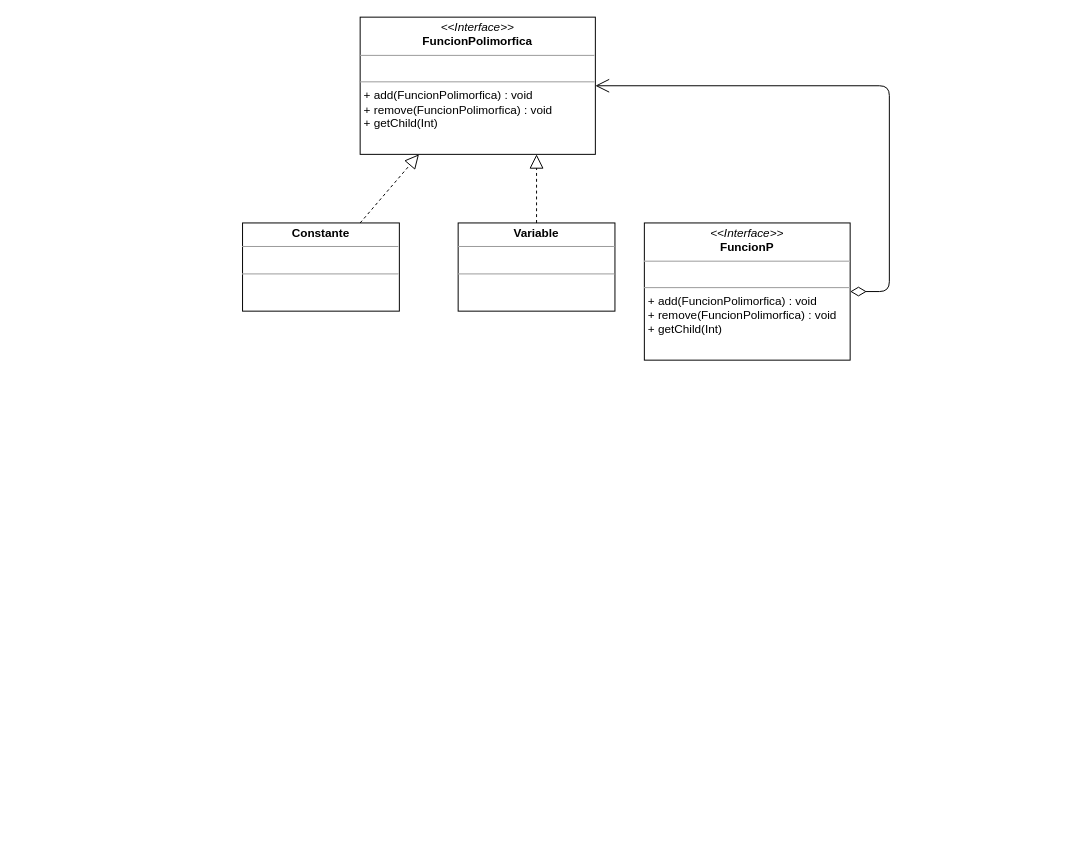
Before: Ej2.drawio in Luchit0-afk/Diagramas, a draw.io diagram. Source tidied: cells renumbered, new cells numbered last; positions are measured from the earlier drawing's top-left corner, leaving out a move shared by most shapes. Both pictures are drawn from the tidied source at 98%, with x=0, y=0 at pixel (242, 17).
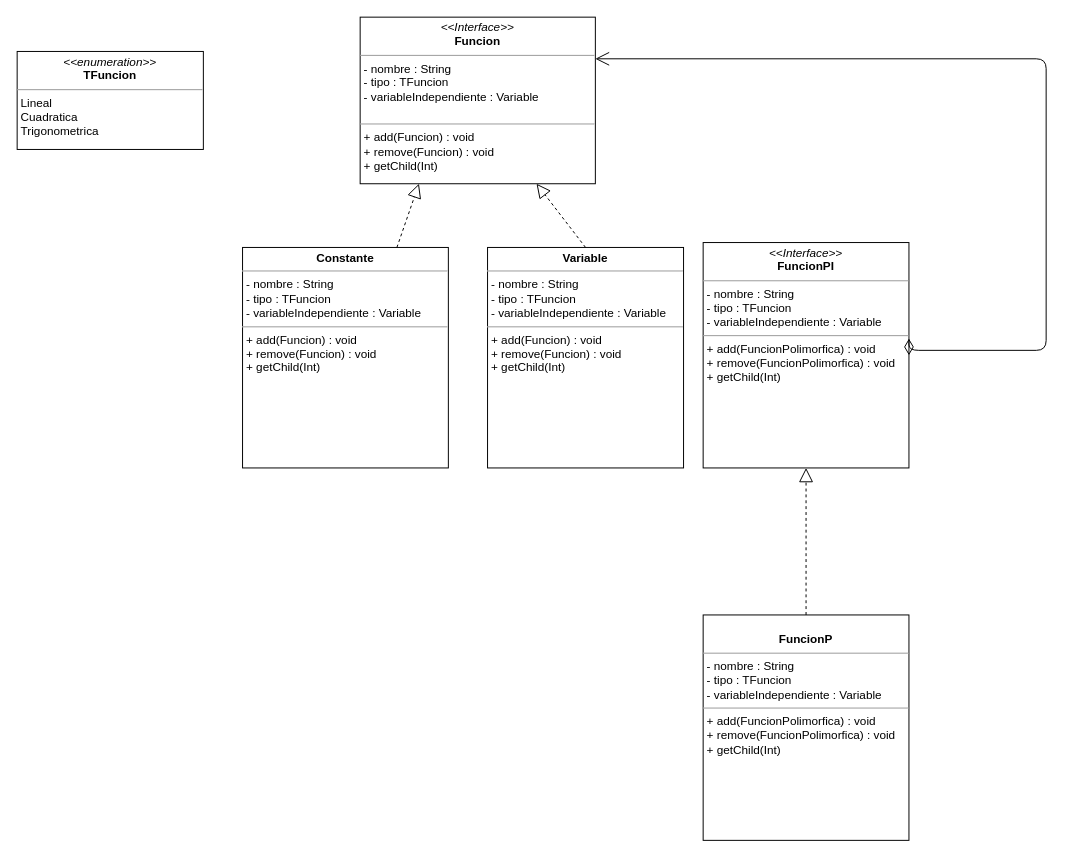
After the change.

Change to the diagram source:
```diff
@@
 <mxGraphModel>
   <root>
     <mxCell id="0" />
     <mxCell id="1" parent="0" />
-    <mxCell id="2" value="&lt;p style=&quot;margin: 0px ; margin-top: 4px ; text-align: center&quot;&gt;&lt;i&gt;&amp;lt;&amp;lt;Interface&amp;gt;&amp;gt;&lt;/i&gt;&lt;br&gt;&lt;b&gt;FuncionPolimorfica&lt;/b&gt;&lt;/p&gt;&lt;hr size=&quot;1&quot;&gt;&lt;p style=&quot;margin: 0px ; margin-left: 4px&quot;&gt;&lt;br&gt;&lt;/p&gt;&lt;hr size=&quot;1&quot;&gt;&lt;p style=&quot;margin: 0px ; margin-left: 4px&quot;&gt;+ add(FuncionPolimorfica) : void&lt;/p&gt;&lt;p style=&quot;margin: 0px ; margin-left: 4px&quot;&gt;+ remove(FuncionPolimorfica) : void&lt;br&gt;&lt;/p&gt;&lt;p style=&quot;margin: 0px ; margin-left: 4px&quot;&gt;+ getChild(Int)&lt;/p&gt;" style="verticalAlign=top;align=left;overflow=fill;fontSize=12;fontFamily=Helvetica;html=1;" parent="1" vertex="1">
-      <mxGeometry x="120" width="240" height="140" as="geometry" />
+    <mxCell id="2" value="&lt;p style=&quot;margin: 0px ; margin-top: 4px ; text-align: center&quot;&gt;&lt;i&gt;&amp;lt;&amp;lt;Interface&amp;gt;&amp;gt;&lt;/i&gt;&lt;br&gt;&lt;b&gt;Funcion&lt;/b&gt;&lt;/p&gt;&lt;hr size=&quot;1&quot;&gt;&lt;p style=&quot;margin: 0px 0px 0px 4px&quot;&gt;- nombre : String&lt;/p&gt;&lt;p style=&quot;margin: 0px 0px 0px 4px&quot;&gt;- tipo : TFuncion&lt;/p&gt;&lt;p style=&quot;margin: 0px 0px 0px 4px&quot;&gt;- variableIndependiente : Variable&lt;/p&gt;&lt;p style=&quot;margin: 0px ; margin-left: 4px&quot;&gt;&lt;br&gt;&lt;/p&gt;&lt;hr size=&quot;1&quot;&gt;&lt;p style=&quot;margin: 0px 0px 0px 4px&quot;&gt;+ add(Funcion&lt;span&gt;) : void&lt;/span&gt;&lt;/p&gt;&lt;p style=&quot;margin: 0px 0px 0px 4px&quot;&gt;+ remove(Funcion) : void&lt;br&gt;&lt;/p&gt;&lt;p style=&quot;margin: 0px 0px 0px 4px&quot;&gt;+ getChild(Int)&lt;/p&gt;" style="verticalAlign=top;align=left;overflow=fill;fontSize=12;fontFamily=Helvetica;html=1;" parent="1" vertex="1">
+      <mxGeometry x="120" width="240" height="170" as="geometry" />
     </mxCell>
-    <mxCell id="3" value="&lt;p style=&quot;margin: 0px ; margin-top: 4px ; text-align: center&quot;&gt;&lt;b&gt;Constante&lt;/b&gt;&lt;/p&gt;&lt;hr size=&quot;1&quot;&gt;&lt;p style=&quot;margin: 0px ; margin-left: 4px&quot;&gt;&lt;br&gt;&lt;/p&gt;&lt;hr size=&quot;1&quot;&gt;&lt;p style=&quot;margin: 0px ; margin-left: 4px&quot;&gt;&lt;br&gt;&lt;/p&gt;" style="verticalAlign=top;align=left;overflow=fill;fontSize=12;fontFamily=Helvetica;html=1;" parent="1" vertex="1">
-      <mxGeometry y="210" width="160" height="90" as="geometry" />
+    <mxCell id="3" value="&lt;p style=&quot;margin: 0px ; margin-top: 4px ; text-align: center&quot;&gt;&lt;b&gt;Constante&lt;/b&gt;&lt;/p&gt;&lt;hr size=&quot;1&quot;&gt;&lt;p style=&quot;margin: 0px 0px 0px 4px&quot;&gt;- nombre : String&lt;/p&gt;&lt;p style=&quot;margin: 0px 0px 0px 4px&quot;&gt;- tipo : TFuncion&lt;/p&gt;&lt;p style=&quot;margin: 0px 0px 0px 4px&quot;&gt;- variableIndependiente : Variable&lt;/p&gt;&lt;hr size=&quot;1&quot;&gt;&lt;p style=&quot;margin: 0px 0px 0px 4px&quot;&gt;+ add(Funcion&lt;span&gt;) : void&lt;/span&gt;&lt;/p&gt;&lt;p style=&quot;margin: 0px 0px 0px 4px&quot;&gt;+ remove(Funcion) : void&lt;br&gt;&lt;/p&gt;&lt;p style=&quot;margin: 0px 0px 0px 4px&quot;&gt;+ getChild(Int)&lt;/p&gt;" style="verticalAlign=top;align=left;overflow=fill;fontSize=12;fontFamily=Helvetica;html=1;" parent="1" vertex="1">
+      <mxGeometry y="235" width="210" height="225" as="geometry" />
     </mxCell>
-    <mxCell id="4" value="&lt;p style=&quot;margin: 0px ; margin-top: 4px ; text-align: center&quot;&gt;&lt;b&gt;Variable&lt;/b&gt;&lt;/p&gt;&lt;hr size=&quot;1&quot;&gt;&lt;p style=&quot;margin: 0px ; margin-left: 4px&quot;&gt;&lt;br&gt;&lt;/p&gt;&lt;hr size=&quot;1&quot;&gt;&lt;p style=&quot;margin: 0px ; margin-left: 4px&quot;&gt;&lt;br&gt;&lt;/p&gt;" style="verticalAlign=top;align=left;overflow=fill;fontSize=12;fontFamily=Helvetica;html=1;" parent="1" vertex="1">
-      <mxGeometry x="220" y="210" width="160" height="90" as="geometry" />
+    <mxCell id="4" value="&lt;p style=&quot;margin: 0px ; margin-top: 4px ; text-align: center&quot;&gt;&lt;b&gt;Variable&lt;/b&gt;&lt;/p&gt;&lt;hr size=&quot;1&quot;&gt;&lt;p style=&quot;margin: 0px 0px 0px 4px&quot;&gt;- nombre : String&lt;/p&gt;&lt;p style=&quot;margin: 0px 0px 0px 4px&quot;&gt;- tipo : TFuncion&lt;/p&gt;&lt;p style=&quot;margin: 0px 0px 0px 4px&quot;&gt;- variableIndependiente : Variable&lt;/p&gt;&lt;hr size=&quot;1&quot;&gt;&lt;p style=&quot;margin: 0px 0px 0px 4px&quot;&gt;+ add(Funcion&lt;span&gt;) : void&lt;/span&gt;&lt;/p&gt;&lt;p style=&quot;margin: 0px 0px 0px 4px&quot;&gt;+ remove(Funcion) : void&lt;br&gt;&lt;/p&gt;&lt;p style=&quot;margin: 0px 0px 0px 4px&quot;&gt;+ getChild(Int)&lt;/p&gt;" style="verticalAlign=top;align=left;overflow=fill;fontSize=12;fontFamily=Helvetica;html=1;" parent="1" vertex="1">
+      <mxGeometry x="250" y="235" width="200" height="225" as="geometry" />
     </mxCell>
-    <mxCell id="5" value="&lt;p style=&quot;margin: 0px ; margin-top: 4px ; text-align: center&quot;&gt;&lt;i&gt;&amp;lt;&amp;lt;Interface&amp;gt;&amp;gt;&lt;/i&gt;&lt;br&gt;&lt;b&gt;FuncionP&lt;/b&gt;&lt;/p&gt;&lt;hr size=&quot;1&quot;&gt;&lt;p style=&quot;margin: 0px ; margin-left: 4px&quot;&gt;&lt;br&gt;&lt;/p&gt;&lt;hr size=&quot;1&quot;&gt;&lt;p style=&quot;margin: 0px 0px 0px 4px&quot;&gt;+ add(FuncionPolimorfica) : void&lt;/p&gt;&lt;p style=&quot;margin: 0px 0px 0px 4px&quot;&gt;+ remove(FuncionPolimorfica) : void&lt;br&gt;&lt;/p&gt;&lt;p style=&quot;margin: 0px 0px 0px 4px&quot;&gt;+ getChild(Int)&lt;/p&gt;" style="verticalAlign=top;align=left;overflow=fill;fontSize=12;fontFamily=Helvetica;html=1;" parent="1" vertex="1">
-      <mxGeometry x="410" y="210" width="210" height="140" as="geometry" />
+    <mxCell id="5" value="&lt;p style=&quot;margin: 0px ; margin-top: 4px ; text-align: center&quot;&gt;&lt;i&gt;&amp;lt;&amp;lt;Interface&amp;gt;&amp;gt;&lt;/i&gt;&lt;br&gt;&lt;b&gt;FuncionPI&lt;/b&gt;&lt;/p&gt;&lt;hr size=&quot;1&quot;&gt;&lt;p style=&quot;margin: 0px 0px 0px 4px&quot;&gt;- nombre : String&lt;/p&gt;&lt;p style=&quot;margin: 0px 0px 0px 4px&quot;&gt;- tipo : TFuncion&lt;/p&gt;&lt;p style=&quot;margin: 0px 0px 0px 4px&quot;&gt;- variableIndependiente : Variable&lt;/p&gt;&lt;hr size=&quot;1&quot;&gt;&lt;p style=&quot;margin: 0px 0px 0px 4px&quot;&gt;+ add(FuncionPolimorfica) : void&lt;/p&gt;&lt;p style=&quot;margin: 0px 0px 0px 4px&quot;&gt;+ remove(FuncionPolimorfica) : void&lt;br&gt;&lt;/p&gt;&lt;p style=&quot;margin: 0px 0px 0px 4px&quot;&gt;+ getChild(Int)&lt;/p&gt;" style="verticalAlign=top;align=left;overflow=fill;fontSize=12;fontFamily=Helvetica;html=1;" parent="1" vertex="1">
+      <mxGeometry x="470" y="230" width="210" height="230" as="geometry" />
     </mxCell>
     <mxCell id="6" style="endArrow=block;dashed=1;endFill=0;endSize=12;html=1;entryX=0.75;entryY=1;entryDx=0;entryDy=0;exitX=0.5;exitY=0;exitDx=0;exitDy=0;" parent="1" edge="1" source="4" target="2">
       <mxGeometry relative="1" as="geometry" />
     </mxCell>
     <mxCell id="7" style="endArrow=block;dashed=1;endFill=0;endSize=12;html=1;entryX=0.25;entryY=1;entryDx=0;entryDy=0;exitX=0.75;exitY=0;exitDx=0;exitDy=0;" parent="1" edge="1" source="3" target="2">
       <mxGeometry relative="1" as="geometry" />
     </mxCell>
-    <mxCell id="8" style="endArrow=open;html=1;endSize=12;startArrow=diamondThin;startSize=14;startFill=0;edgeStyle=orthogonalEdgeStyle;entryX=1;entryY=0.5;entryDx=0;entryDy=0;exitX=1;exitY=0.5;exitDx=0;exitDy=0;" parent="1" edge="1" source="5" target="2">
+    <mxCell id="8" style="endArrow=open;html=1;endSize=12;startArrow=diamondThin;startSize=14;startFill=0;edgeStyle=orthogonalEdgeStyle;exitX=1;exitY=0.5;exitDx=0;exitDy=0;entryX=1;entryY=0.25;entryDx=0;entryDy=0;" parent="1" edge="1" source="5" target="2">
       <mxGeometry relative="1" as="geometry">
         <Array as="points">
-          <mxPoint x="660" y="280" />
-          <mxPoint x="660" y="70" />
+          <mxPoint x="680" y="340" />
+          <mxPoint x="820" y="340" />
+          <mxPoint x="820" y="43" />
         </Array>
       </mxGeometry>
     </mxCell>
+    <mxCell id="9" value="&lt;p style=&quot;margin: 0px ; margin-top: 4px ; text-align: center&quot;&gt;&lt;i&gt;&amp;lt;&amp;lt;enumeration&amp;gt;&amp;gt;&lt;/i&gt;&lt;br&gt;&lt;b&gt;TFuncion&lt;/b&gt;&lt;/p&gt;&lt;hr size=&quot;1&quot;&gt;&lt;p style=&quot;margin: 0px ; margin-left: 4px&quot;&gt;Lineal&lt;/p&gt;&lt;p style=&quot;margin: 0px ; margin-left: 4px&quot;&gt;Cuadratica&lt;/p&gt;&lt;p style=&quot;margin: 0px ; margin-left: 4px&quot;&gt;Trigonometrica&lt;/p&gt;" style="verticalAlign=top;align=left;overflow=fill;fontSize=12;fontFamily=Helvetica;html=1;" parent="1" vertex="1">
+      <mxGeometry x="-230" y="35" width="190" height="100" as="geometry" />
+    </mxCell>
+    <mxCell id="10" value="&lt;p style=&quot;margin: 0px ; margin-top: 4px ; text-align: center&quot;&gt;&lt;br&gt;&lt;b&gt;FuncionP&lt;/b&gt;&lt;/p&gt;&lt;hr size=&quot;1&quot;&gt;&lt;p style=&quot;margin: 0px 0px 0px 4px&quot;&gt;- nombre : String&lt;/p&gt;&lt;p style=&quot;margin: 0px 0px 0px 4px&quot;&gt;- tipo : TFuncion&lt;/p&gt;&lt;p style=&quot;margin: 0px 0px 0px 4px&quot;&gt;- variableIndependiente : Variable&lt;/p&gt;&lt;hr size=&quot;1&quot;&gt;&lt;p style=&quot;margin: 0px 0px 0px 4px&quot;&gt;+ add(FuncionPolimorfica) : void&lt;/p&gt;&lt;p style=&quot;margin: 0px 0px 0px 4px&quot;&gt;+ remove(FuncionPolimorfica) : void&lt;br&gt;&lt;/p&gt;&lt;p style=&quot;margin: 0px 0px 0px 4px&quot;&gt;+ getChild(Int)&lt;/p&gt;" style="verticalAlign=top;align=left;overflow=fill;fontSize=12;fontFamily=Helvetica;html=1;" parent="1" vertex="1">
+      <mxGeometry x="470" y="610" width="210" height="230" as="geometry" />
+    </mxCell>
+    <mxCell id="11" style="endArrow=block;dashed=1;endFill=0;endSize=12;html=1;entryX=0.5;entryY=1;entryDx=0;entryDy=0;exitX=0.5;exitY=0;exitDx=0;exitDy=0;" parent="1" edge="1" source="10" target="5">
+      <mxGeometry relative="1" as="geometry" />
+    </mxCell>
   </root>
 </mxGraphModel>
```
